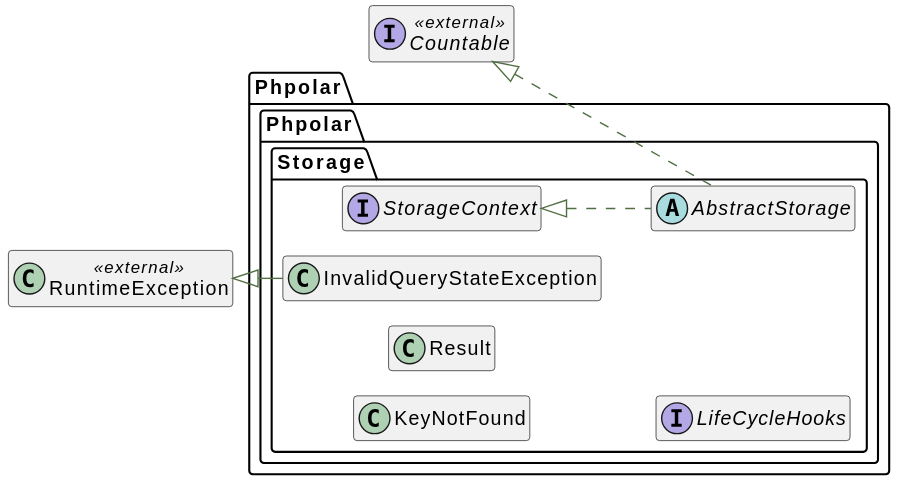
The PlantUML diagram docs/graphs/classes.svg in phpolar/storage, before a commit. Its diagram source:
```plantuml
@startuml
!pragma layout smetana
   skinparam ArrowColor #516f42
   skinparam activityBorderColor #516f42
   skinparam activityBackgroundColor #ffffff
   skinparam activityDiamondBorderColor #516f42
   skinparam activityDiamondBackgroundColor #ffffff
   skinparam shadowing false

skinparam shadowing false
skinparam linetype ortho
hide empty members
left to right direction
set namespaceSeparator \\

namespace Phpolar\\Phpolar\\Storage {
    interface "StorageContext" as StorageContext__interface  {
    }
}
interface "Countable" as Countable__class << external >>{
}
namespace Phpolar\\Phpolar\\Storage {
    abstract  class "AbstractStorage" as AbstractStorage__class    implements \\Phpolar\\Phpolar\\Storage\\StorageContext__interface,\\Countable__class {
    }
}
class "RuntimeException" as RuntimeException__class << external >>{
}
namespace Phpolar\\Phpolar\\Storage {
     class "InvalidQueryStateException" as InvalidQueryStateException__class   extends \\RuntimeException__class  {
    }
}
namespace Phpolar\\Phpolar\\Storage {
     class "KeyNotFound" as KeyNotFound__class    {
    }
}
namespace Phpolar\\Phpolar\\Storage {
     class "Result" as Result__class    {
    }
}
namespace Phpolar\\Phpolar\\Storage {
    interface "LifeCycleHooks" as LifeCycleHooks__interface  {
    }
}
@enduml
```
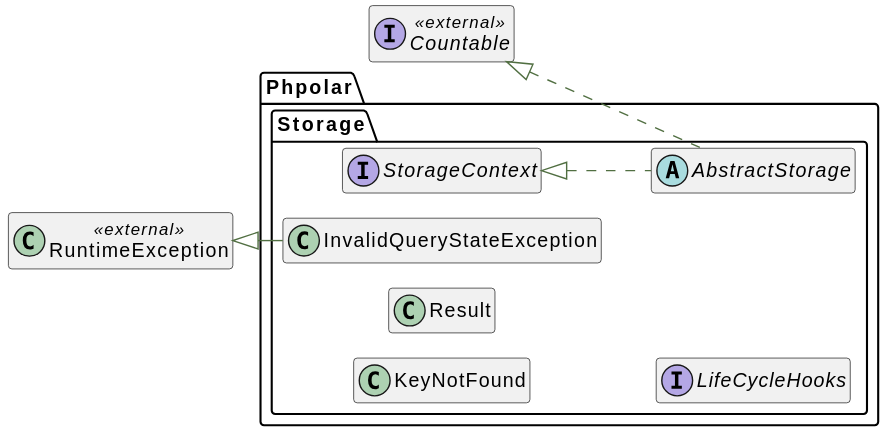
The same diagram one commit later.

Change to the diagram source:
```diff
@@ -13,31 +13,31 @@
 left to right direction
 set namespaceSeparator \\
 
-namespace Phpolar\\Phpolar\\Storage {
+namespace Phpolar\\Storage {
     interface "StorageContext" as StorageContext__interface  {
     }
 }
 interface "Countable" as Countable__class << external >>{
 }
-namespace Phpolar\\Phpolar\\Storage {
-    abstract  class "AbstractStorage" as AbstractStorage__class    implements \\Phpolar\\Phpolar\\Storage\\StorageContext__interface,\\Countable__class {
+namespace Phpolar\\Storage {
+    abstract  class "AbstractStorage" as AbstractStorage__class    implements \\Phpolar\\Storage\\StorageContext__interface,\\Countable__class {
     }
 }
 class "RuntimeException" as RuntimeException__class << external >>{
 }
-namespace Phpolar\\Phpolar\\Storage {
+namespace Phpolar\\Storage {
      class "InvalidQueryStateException" as InvalidQueryStateException__class   extends \\RuntimeException__class  {
     }
 }
-namespace Phpolar\\Phpolar\\Storage {
+namespace Phpolar\\Storage {
      class "KeyNotFound" as KeyNotFound__class    {
     }
 }
-namespace Phpolar\\Phpolar\\Storage {
+namespace Phpolar\\Storage {
      class "Result" as Result__class    {
     }
 }
-namespace Phpolar\\Phpolar\\Storage {
+namespace Phpolar\\Storage {
     interface "LifeCycleHooks" as LifeCycleHooks__interface  {
     }
 }
```
